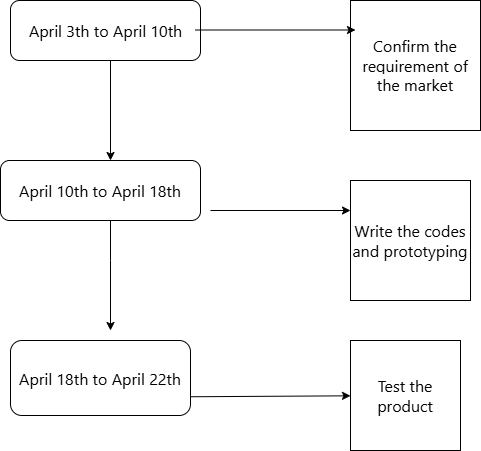
Earlier version of the draw.io export Documentation/schedule.drawio.png (Hannnine/Software-GroupProject-3DFPSGame). Source tidied: cells renumbered, new cells last; positions are measured from the earlier drawing's top-left corner, leaving out a move shared by most shapes.
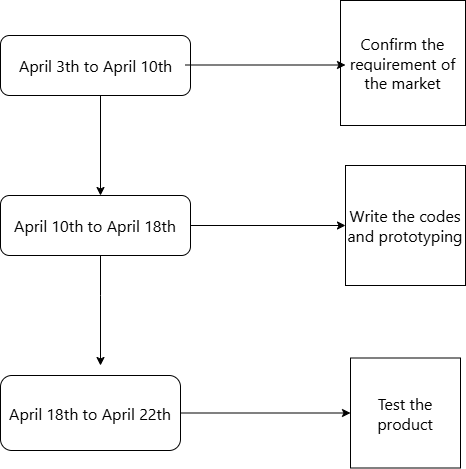
After the change.

The edit, as a diff of the source:
```diff
@@ -17,8 +17,11 @@
         <mxPoint x="110" y="160" as="targetPoint" />
       </mxGeometry>
     </mxCell>
+    <mxCell id="15" style="edgeStyle=orthogonalEdgeStyle;rounded=0;jettySize=auto;html=1;exitX=1;exitY=0.5;exitDx=0;exitDy=0;entryX=0;entryY=0.5;entryDx=0;entryDy=0;fontFamily=Helvetica;fontSize=12;fontColor=default;" parent="1" edge="1" source="6" target="14">
+      <mxGeometry relative="1" as="geometry" />
+    </mxCell>
     <mxCell id="6" value="&lt;span style=&quot;font-family: -apple-system, BlinkMacSystemFont, &amp;quot;Segoe UI&amp;quot;, &amp;quot;Noto Sans&amp;quot;, Helvetica, Arial, sans-serif, &amp;quot;Apple Color Emoji&amp;quot;, &amp;quot;Segoe UI Emoji&amp;quot;; font-size: 16px; text-align: left; background-color: rgb(255, 255, 255);&quot;&gt;&lt;font style=&quot;color: rgb(0, 0, 0);&quot;&gt;April 10th to April 18th&lt;/font&gt;&lt;/span&gt;" style="rounded=1;whiteSpace=wrap;html=1;" parent="1" vertex="1">
-      <mxGeometry y="160" width="200" height="60" as="geometry" />
+      <mxGeometry x="10" y="160" width="190" height="60" as="geometry" />
     </mxCell>
     <mxCell id="7" style="endArrow=classic;html=1;rounded=0;" parent="1" edge="1">
       <mxGeometry relative="1" as="geometry">
@@ -39,22 +42,16 @@
       </mxGeometry>
     </mxCell>
     <mxCell id="10" value="&lt;span style=&quot;font-family: -apple-system, BlinkMacSystemFont, &amp;quot;Segoe UI&amp;quot;, &amp;quot;Noto Sans&amp;quot;, Helvetica, Arial, sans-serif, &amp;quot;Apple Color Emoji&amp;quot;, &amp;quot;Segoe UI Emoji&amp;quot;; font-size: 16px; text-align: left; background-color: rgb(255, 255, 255);&quot;&gt;&lt;font style=&quot;color: rgb(0, 0, 0);&quot;&gt;Confirm the requirement of the market&lt;/font&gt;&lt;/span&gt;" style="whiteSpace=wrap;html=1;fillColor=none;rounded=0;glass=0;shadow=0;" parent="1" vertex="1">
-      <mxGeometry x="350" width="130" height="130" as="geometry" />
+      <mxGeometry x="350" y="-35" width="125" height="125" as="geometry" />
     </mxCell>
-    <mxCell id="11" style="endArrow=classic;html=1;rounded=0;" parent="1" edge="1">
-      <mxGeometry relative="1" as="geometry">
-        <mxPoint x="210" y="210" as="sourcePoint" />
-        <mxPoint x="350" y="210" as="targetPoint" />
-      </mxGeometry>
-    </mxCell>
-    <mxCell id="12" style="endArrow=classic;html=1;rounded=0;exitX=1;exitY=0.75;exitDx=0;exitDy=0;" parent="1" edge="1" source="8" target="13">
-      <mxGeometry relative="1" as="geometry" />
-    </mxCell>
     <mxCell id="13" value="&lt;span style=&quot;font-family: -apple-system, BlinkMacSystemFont, &amp;quot;Segoe UI&amp;quot;, &amp;quot;Noto Sans&amp;quot;, Helvetica, Arial, sans-serif, &amp;quot;Apple Color Emoji&amp;quot;, &amp;quot;Segoe UI Emoji&amp;quot;; font-size: 16px; text-align: left; background-color: rgb(255, 255, 255);&quot;&gt;&lt;font style=&quot;color: rgb(0, 0, 0);&quot;&gt;Test the product&lt;/font&gt;&lt;/span&gt;" style="whiteSpace=wrap;html=1;" parent="1" vertex="1">
-      <mxGeometry x="350" y="340" width="110" height="110" as="geometry" />
+      <mxGeometry x="360" y="322.5" width="110" height="110" as="geometry" />
     </mxCell>
     <mxCell id="14" value="&lt;span style=&quot;font-family: -apple-system, BlinkMacSystemFont, &amp;quot;Segoe UI&amp;quot;, &amp;quot;Noto Sans&amp;quot;, Helvetica, Arial, sans-serif, &amp;quot;Apple Color Emoji&amp;quot;, &amp;quot;Segoe UI Emoji&amp;quot;; font-size: 16px; text-align: left; background-color: rgb(255, 255, 255);&quot;&gt;&lt;font style=&quot;color: rgb(0, 0, 0);&quot;&gt;Write the codes and prototyping&lt;/font&gt;&lt;/span&gt;" style="whiteSpace=wrap;html=1;" parent="1" vertex="1">
-      <mxGeometry x="350" y="180" width="120" height="120" as="geometry" />
+      <mxGeometry x="355" y="130" width="120" height="120" as="geometry" />
     </mxCell>
+    <mxCell id="12" style="endArrow=classic;html=1;rounded=0;fontFamily=Helvetica;fontSize=12;fontColor=default;exitX=1;exitY=0.5;exitDx=0;exitDy=0;entryX=0;entryY=0.5;entryDx=0;entryDy=0;" parent="1" edge="1" source="8" target="13">
+      <mxGeometry relative="1" as="geometry" />
+    </mxCell>
   </root>
 </mxGraphModel>
```
